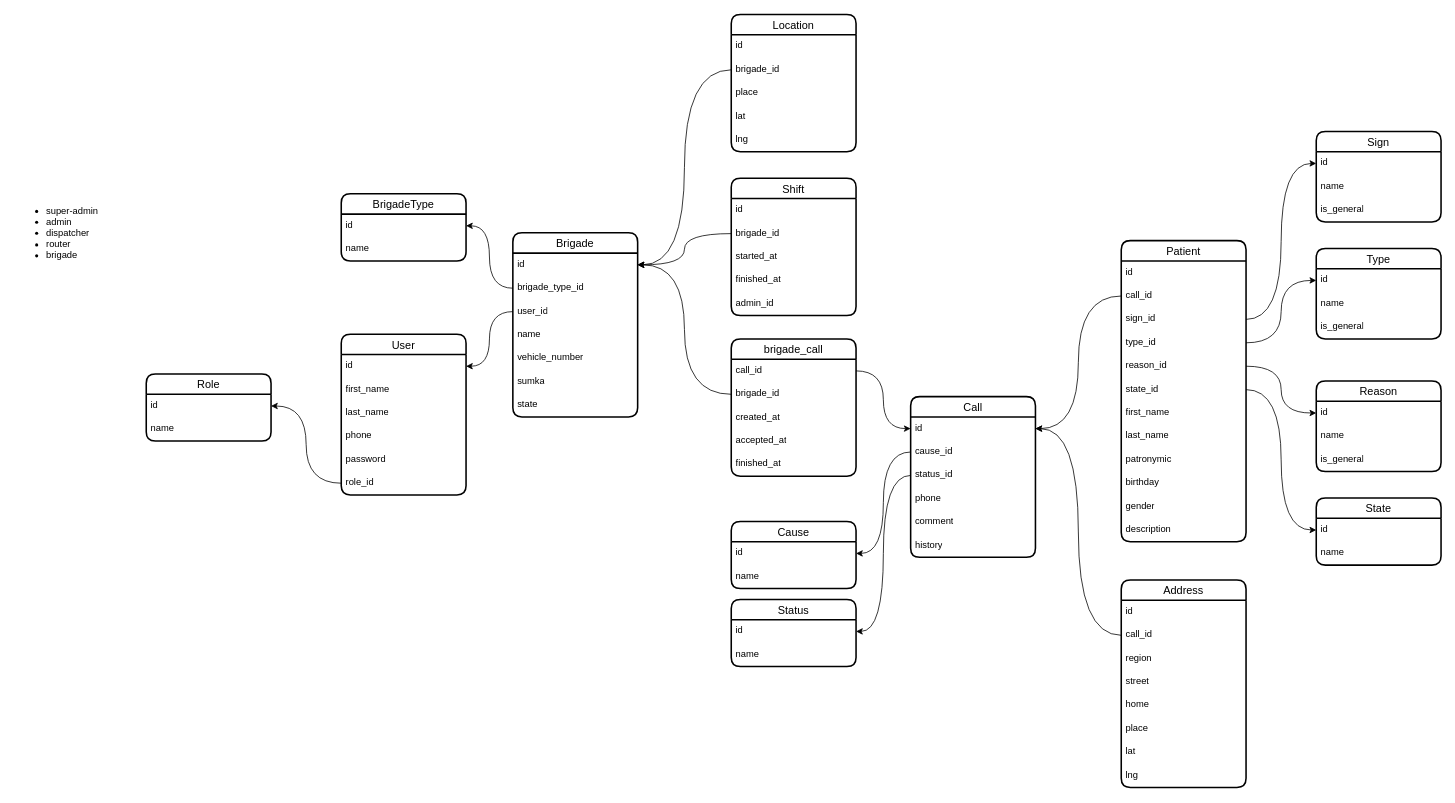
Earlier version of the draw.io diagram karsoft-103.drawio (iztileuoff/databases). Source tidied: cells renumbered, new cells numbered last; positions are measured from the earlier drawing's top-left corner, leaving out a move shared by most shapes. Both pictures are drawn from the tidied source at 78%, with x=0, y=0 at pixel (13, 14).
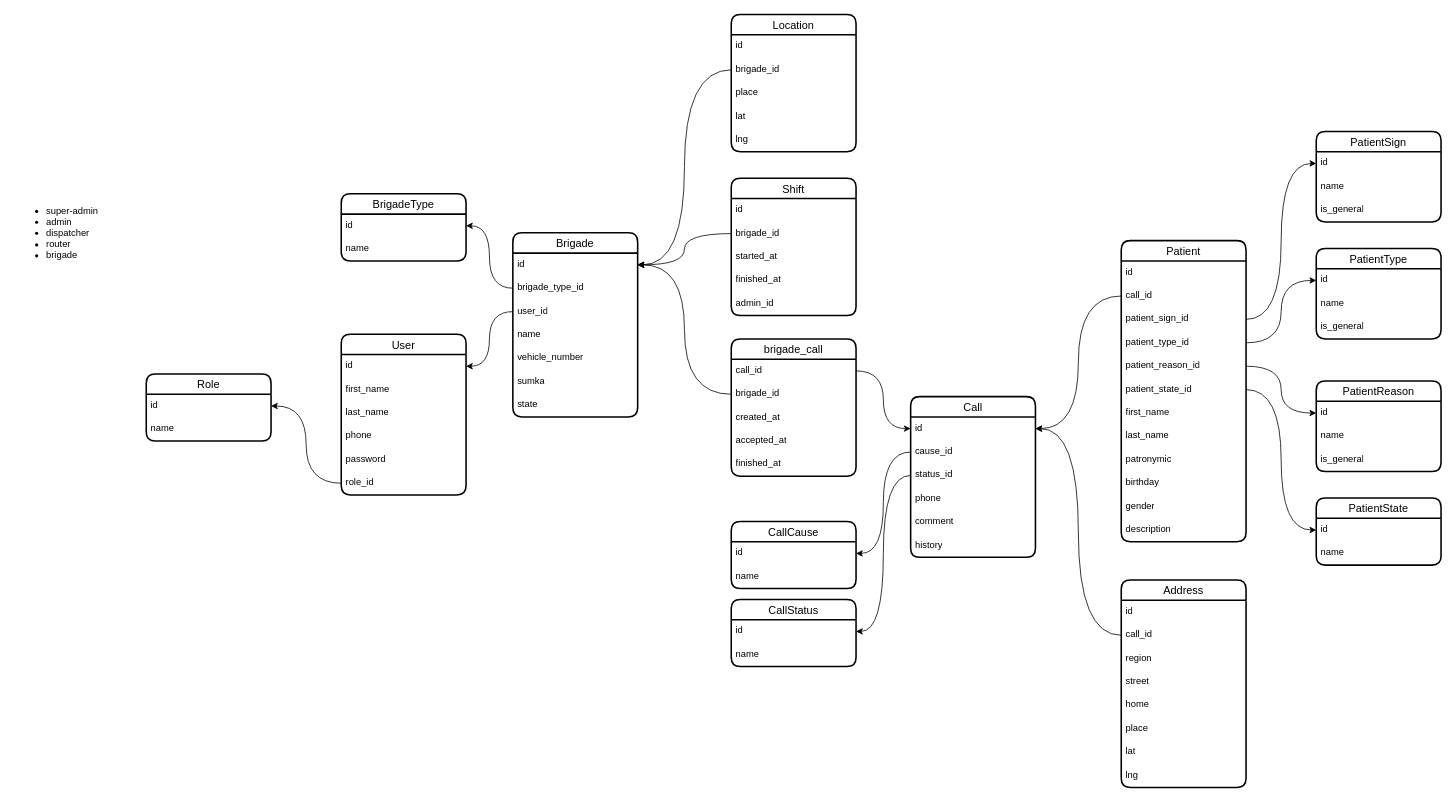
The same diagram, later.

The change refers to these unchanged cells:
```xml
<mxCell id="24" value="Patient" style="swimlane;fontStyle=0;horizontal=1;startSize=26;align=center;fontSize=14;strokeWidth=2;rounded=1;shadow=0;glass=0;swimlaneLine=1;" parent="1" vertex="1">
  <mxGeometry x="1420" y="290" width="160" height="386" as="geometry" />
</mxCell>
```

Change to the diagram source:
```diff
@@
-    <mxCell id="20" value="Cause" style="swimlane;fontStyle=0;horizontal=1;startSize=26;align=center;fontSize=14;strokeWidth=2;rounded=1;shadow=0;glass=0;swimlaneLine=1;" parent="1" vertex="1">
+    <mxCell id="20" value="CallCause" style="swimlane;fontStyle=0;horizontal=1;startSize=26;align=center;fontSize=14;strokeWidth=2;rounded=1;shadow=0;glass=0;swimlaneLine=1;" parent="1" vertex="1">
       <mxGeometry x="920" y="650" width="160" height="86" as="geometry" />
     </mxCell>
@@
-    <mxCell id="27" value="sign_id" style="text;strokeColor=none;fillColor=none;spacingLeft=4;spacingRight=4;overflow=hidden;points=[[0,0.5],[1,0.5]];portConstraint=eastwest;fontSize=12;whiteSpace=wrap;html=1;" parent="24" vertex="1">
+    <mxCell id="27" value="patient_sign_id" style="text;strokeColor=none;fillColor=none;spacingLeft=4;spacingRight=4;overflow=hidden;points=[[0,0.5],[1,0.5]];portConstraint=eastwest;fontSize=12;whiteSpace=wrap;html=1;" parent="24" vertex="1">
       <mxGeometry y="86" width="160" height="30" as="geometry" />
     </mxCell>
-    <mxCell id="28" value="type_id" style="text;strokeColor=none;fillColor=none;spacingLeft=4;spacingRight=4;overflow=hidden;points=[[0,0.5],[1,0.5]];portConstraint=eastwest;fontSize=12;whiteSpace=wrap;html=1;" parent="24" vertex="1">
+    <mxCell id="28" value="patient_type_id" style="text;strokeColor=none;fillColor=none;spacingLeft=4;spacingRight=4;overflow=hidden;points=[[0,0.5],[1,0.5]];portConstraint=eastwest;fontSize=12;whiteSpace=wrap;html=1;" parent="24" vertex="1">
       <mxGeometry y="116" width="160" height="30" as="geometry" />
     </mxCell>
-    <mxCell id="29" value="reason_id" style="text;strokeColor=none;fillColor=none;spacingLeft=4;spacingRight=4;overflow=hidden;points=[[0,0.5],[1,0.5]];portConstraint=eastwest;fontSize=12;whiteSpace=wrap;html=1;" parent="24" vertex="1">
+    <mxCell id="29" value="patient_reason_id" style="text;strokeColor=none;fillColor=none;spacingLeft=4;spacingRight=4;overflow=hidden;points=[[0,0.5],[1,0.5]];portConstraint=eastwest;fontSize=12;whiteSpace=wrap;html=1;" parent="24" vertex="1">
       <mxGeometry y="146" width="160" height="30" as="geometry" />
     </mxCell>
-    <mxCell id="30" value="state_id" style="text;strokeColor=none;fillColor=none;spacingLeft=4;spacingRight=4;overflow=hidden;points=[[0,0.5],[1,0.5]];portConstraint=eastwest;fontSize=12;whiteSpace=wrap;html=1;" parent="24" vertex="1">
+    <mxCell id="30" value="patient_state_id" style="text;strokeColor=none;fillColor=none;spacingLeft=4;spacingRight=4;overflow=hidden;points=[[0,0.5],[1,0.5]];portConstraint=eastwest;fontSize=12;whiteSpace=wrap;html=1;" parent="24" vertex="1">
       <mxGeometry y="176" width="160" height="30" as="geometry" />
     </mxCell>
@@
-    <mxCell id="46" value="Status" style="swimlane;fontStyle=0;horizontal=1;startSize=26;align=center;fontSize=14;strokeWidth=2;rounded=1;shadow=0;glass=0;swimlaneLine=1;" parent="1" vertex="1">
+    <mxCell id="46" value="CallStatus" style="swimlane;fontStyle=0;horizontal=1;startSize=26;align=center;fontSize=14;strokeWidth=2;rounded=1;shadow=0;glass=0;swimlaneLine=1;" parent="1" vertex="1">
       <mxGeometry x="920" y="750" width="160" height="86" as="geometry" />
     </mxCell>
@@
-    <mxCell id="52" value="Sign" style="swimlane;fontStyle=0;horizontal=1;startSize=26;align=center;fontSize=14;strokeWidth=2;rounded=1;shadow=0;glass=0;swimlaneLine=1;" parent="1" vertex="1">
+    <mxCell id="52" value="PatientSign" style="swimlane;fontStyle=0;horizontal=1;startSize=26;align=center;fontSize=14;strokeWidth=2;rounded=1;shadow=0;glass=0;swimlaneLine=1;" parent="1" vertex="1">
       <mxGeometry x="1670" y="150" width="160" height="116" as="geometry" />
     </mxCell>
@@
-    <mxCell id="56" value="Type" style="swimlane;fontStyle=0;horizontal=1;startSize=26;align=center;fontSize=14;strokeWidth=2;rounded=1;shadow=0;glass=0;swimlaneLine=1;" parent="1" vertex="1">
+    <mxCell id="56" value="PatientType" style="swimlane;fontStyle=0;horizontal=1;startSize=26;align=center;fontSize=14;strokeWidth=2;rounded=1;shadow=0;glass=0;swimlaneLine=1;" parent="1" vertex="1">
       <mxGeometry x="1670" y="300" width="160" height="116" as="geometry" />
     </mxCell>
@@
-    <mxCell id="63" value="Reason" style="swimlane;fontStyle=0;horizontal=1;startSize=26;align=center;fontSize=14;strokeWidth=2;rounded=1;shadow=0;glass=0;swimlaneLine=1;" parent="1" vertex="1">
+    <mxCell id="63" value="PatientReason" style="swimlane;fontStyle=0;horizontal=1;startSize=26;align=center;fontSize=14;strokeWidth=2;rounded=1;shadow=0;glass=0;swimlaneLine=1;" parent="1" vertex="1">
       <mxGeometry x="1670" y="470" width="160" height="116" as="geometry" />
     </mxCell>
@@
-    <mxCell id="68" value="State" style="swimlane;fontStyle=0;horizontal=1;startSize=26;align=center;fontSize=14;strokeWidth=2;rounded=1;shadow=0;glass=0;swimlaneLine=1;" parent="1" vertex="1">
+    <mxCell id="68" value="PatientState" style="swimlane;fontStyle=0;horizontal=1;startSize=26;align=center;fontSize=14;strokeWidth=2;rounded=1;shadow=0;glass=0;swimlaneLine=1;" parent="1" vertex="1">
       <mxGeometry x="1670" y="620" width="160" height="86" as="geometry" />
     </mxCell>
```
